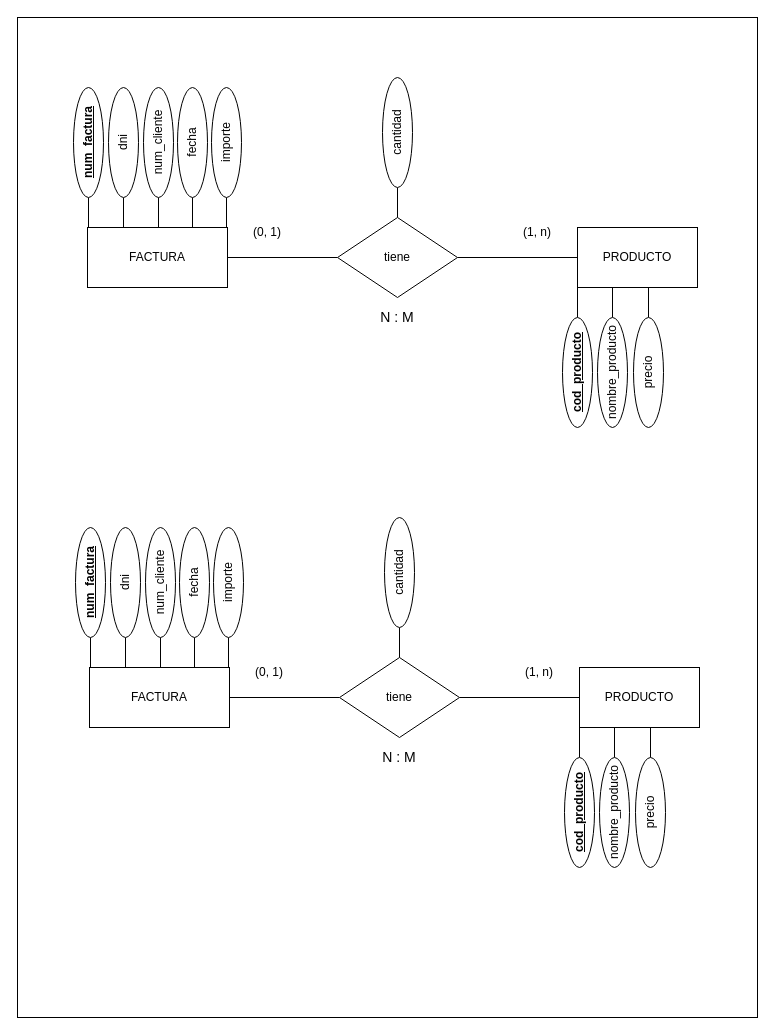
MLT93/UNIR keeps this draw.io diagram as src/BBDD/first_trimester/exercises/ejercicio1/ejercicio1_BBDD_ER.drawio. Above is the earlier version. Source tidied: cells renumbered, new cells numbered last; positions are measured from the earlier drawing's top-left corner, leaving out a move shared by most shapes. Both pictures are drawn from the tidied source at 100%, with x=0, y=0 at pixel (17, 17).
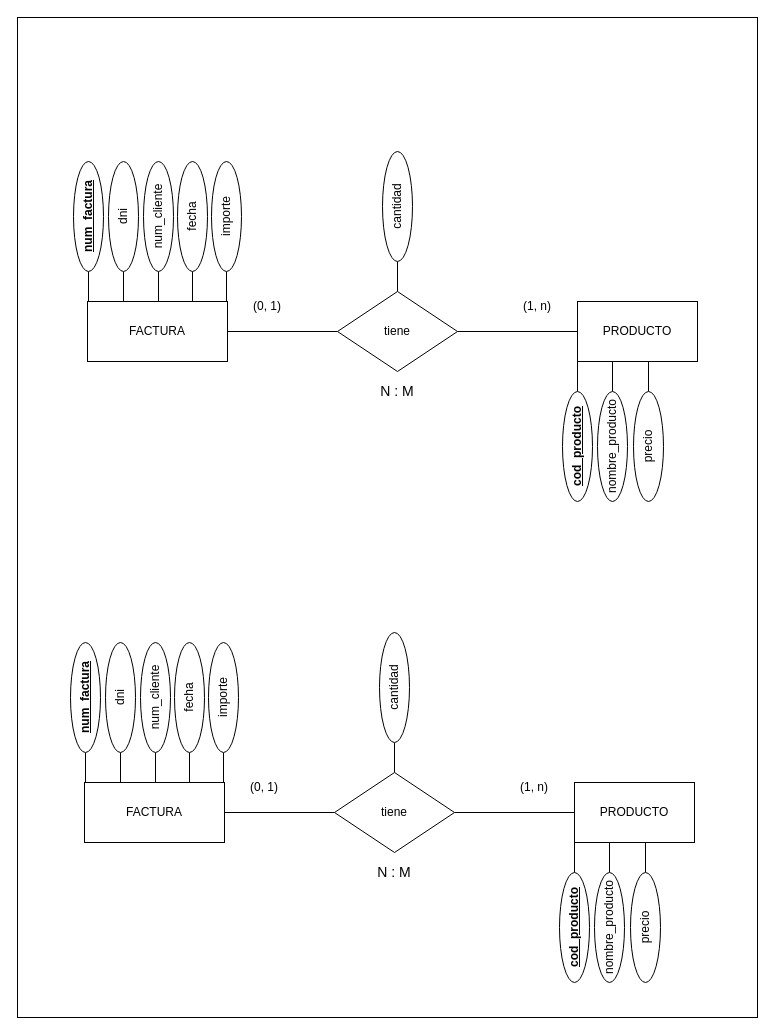
The same page after the edit.

What changed in the source:
```diff
@@
     <mxCell id="4" value="FACTURA" style="rounded=0;whiteSpace=wrap;html=1;" parent="1" vertex="1">
-      <mxGeometry x="70" y="210" width="140" height="60" as="geometry" />
+      <mxGeometry x="70" y="284" width="140" height="60" as="geometry" />
     </mxCell>
     <mxCell id="5" value="PRODUCTO" style="rounded=0;whiteSpace=wrap;html=1;" parent="1" vertex="1">
-      <mxGeometry x="560" y="210" width="120" height="60" as="geometry" />
+      <mxGeometry x="560" y="284" width="120" height="60" as="geometry" />
     </mxCell>
@@
     <mxCell id="7" value="tiene" style="rhombus;whiteSpace=wrap;html=1;rounded=0;" parent="1" vertex="1">
-      <mxGeometry x="320" y="200" width="120" height="80" as="geometry" />
+      <mxGeometry x="320" y="274" width="120" height="80" as="geometry" />
     </mxCell>
     <mxCell id="8" style="endArrow=none;html=1;rounded=0;entryX=0;entryY=0.5;entryDx=0;entryDy=0;" parent="1" edge="1" target="9">
       <mxGeometry relative="1" as="geometry">
-        <mxPoint x="380" y="200" as="sourcePoint" />
+        <mxPoint x="380" y="274" as="sourcePoint" />
       </mxGeometry>
     </mxCell>
     <mxCell id="9" value="cantidad" style="ellipse;whiteSpace=wrap;html=1;rotation=-90;" parent="1" vertex="1">
-      <mxGeometry x="325" y="100" width="110" height="30" as="geometry" />
+      <mxGeometry x="325" y="174" width="110" height="30" as="geometry" />
     </mxCell>
     <mxCell id="10" style="endArrow=none;html=1;rounded=0;entryX=0;entryY=0.5;entryDx=0;entryDy=0;" parent="1" edge="1" target="11">
       <mxGeometry relative="1" as="geometry">
-        <mxPoint x="71" y="210" as="sourcePoint" />
+        <mxPoint x="71" y="284" as="sourcePoint" />
       </mxGeometry>
     </mxCell>
     <mxCell id="11" value="&lt;b&gt;&lt;u&gt;num_factura&lt;/u&gt;&lt;/b&gt;" style="ellipse;whiteSpace=wrap;html=1;rotation=-90;" parent="1" vertex="1">
-      <mxGeometry x="16" y="110" width="110" height="30" as="geometry" />
+      <mxGeometry x="16" y="184" width="110" height="30" as="geometry" />
     </mxCell>
-    <mxCell id="12" style="endArrow=none;html=1;rounded=0;entryX=0;entryY=0.5;entryDx=0;entryDy=0;" parent="1" edge="1" target="13">
+    <mxCell id="12" style="endArrow=none;html=1;rounded=0;entryX=0;entryY=0.5;entryDx=0;entryDy=0;" parent="1" edge="1">
       <mxGeometry relative="1" as="geometry">
-        <mxPoint x="106" y="210" as="sourcePoint" />
+        <mxPoint x="106" y="284" as="sourcePoint" />
+        <mxPoint x="106" y="254" as="targetPoint" />
       </mxGeometry>
     </mxCell>
     <mxCell id="13" value="dni" style="ellipse;whiteSpace=wrap;html=1;rotation=-90;" parent="1" vertex="1">
-      <mxGeometry x="51" y="110" width="110" height="30" as="geometry" />
+      <mxGeometry x="51" y="184" width="110" height="30" as="geometry" />
     </mxCell>
     <mxCell id="14" style="endArrow=none;html=1;rounded=0;entryX=0;entryY=0.5;entryDx=0;entryDy=0;" parent="1" edge="1" target="15">
       <mxGeometry relative="1" as="geometry">
-        <mxPoint x="141" y="210" as="sourcePoint" />
+        <mxPoint x="141" y="284" as="sourcePoint" />
       </mxGeometry>
     </mxCell>
     <mxCell id="15" value="num_cliente" style="ellipse;whiteSpace=wrap;html=1;rotation=-90;" parent="1" vertex="1">
-      <mxGeometry x="86" y="110" width="110" height="30" as="geometry" />
+      <mxGeometry x="86" y="184" width="110" height="30" as="geometry" />
     </mxCell>
     <mxCell id="16" style="endArrow=none;html=1;rounded=0;entryX=0;entryY=0.5;entryDx=0;entryDy=0;" parent="1" edge="1" target="17">
       <mxGeometry relative="1" as="geometry">
-        <mxPoint x="175" y="210" as="sourcePoint" />
+        <mxPoint x="175" y="284" as="sourcePoint" />
       </mxGeometry>
     </mxCell>
     <mxCell id="17" value="fecha" style="ellipse;whiteSpace=wrap;html=1;rotation=-90;" parent="1" vertex="1">
-      <mxGeometry x="120" y="110" width="110" height="30" as="geometry" />
+      <mxGeometry x="120" y="184" width="110" height="30" as="geometry" />
     </mxCell>
     <mxCell id="18" style="endArrow=none;html=1;rounded=0;entryX=0;entryY=0.5;entryDx=0;entryDy=0;" parent="1" edge="1" target="19">
       <mxGeometry relative="1" as="geometry">
-        <mxPoint x="209" y="210" as="sourcePoint" />
+        <mxPoint x="209" y="284" as="sourcePoint" />
       </mxGeometry>
     </mxCell>
     <mxCell id="19" value="importe" style="ellipse;whiteSpace=wrap;html=1;rotation=-90;" parent="1" vertex="1">
-      <mxGeometry x="154" y="110" width="110" height="30" as="geometry" />
+      <mxGeometry x="154" y="184" width="110" height="30" as="geometry" />
     </mxCell>
     <mxCell id="20" style="endArrow=none;html=1;rounded=0;entryX=0;entryY=0.5;entryDx=0;entryDy=0;" parent="1" edge="1">
       <mxGeometry relative="1" as="geometry">
-        <mxPoint x="560" y="300" as="sourcePoint" />
-        <mxPoint x="560" y="270" as="targetPoint" />
+        <mxPoint x="560" y="374" as="sourcePoint" />
+        <mxPoint x="560" y="344" as="targetPoint" />
       </mxGeometry>
     </mxCell>
     <mxCell id="21" value="&lt;b&gt;&lt;u&gt;cod_producto&lt;/u&gt;&lt;/b&gt;" style="ellipse;whiteSpace=wrap;html=1;rotation=-90;" parent="1" vertex="1">
-      <mxGeometry x="505" y="340" width="110" height="30" as="geometry" />
+      <mxGeometry x="505" y="414" width="110" height="30" as="geometry" />
     </mxCell>
     <mxCell id="22" style="endArrow=none;html=1;rounded=0;entryX=0;entryY=0.5;entryDx=0;entryDy=0;" parent="1" edge="1">
       <mxGeometry relative="1" as="geometry">
-        <mxPoint x="595" y="300" as="sourcePoint" />
-        <mxPoint x="595" y="270" as="targetPoint" />
+        <mxPoint x="595" y="374" as="sourcePoint" />
+        <mxPoint x="595" y="344" as="targetPoint" />
       </mxGeometry>
     </mxCell>
     <mxCell id="23" value="nombre_producto" style="ellipse;whiteSpace=wrap;html=1;rotation=-90;" parent="1" vertex="1">
-      <mxGeometry x="540" y="340" width="110" height="30" as="geometry" />
+      <mxGeometry x="540" y="414" width="110" height="30" as="geometry" />
     </mxCell>
     <mxCell id="24" style="endArrow=none;html=1;rounded=0;entryX=0;entryY=0.5;entryDx=0;entryDy=0;" parent="1" edge="1">
       <mxGeometry relative="1" as="geometry">
-        <mxPoint x="631" y="300" as="sourcePoint" />
-        <mxPoint x="631" y="270" as="targetPoint" />
+        <mxPoint x="631" y="374" as="sourcePoint" />
+        <mxPoint x="631" y="344" as="targetPoint" />
       </mxGeometry>
     </mxCell>
     <mxCell id="25" value="precio" style="ellipse;whiteSpace=wrap;html=1;rotation=-90;" parent="1" vertex="1">
-      <mxGeometry x="576" y="340" width="110" height="30" as="geometry" />
+      <mxGeometry x="576" y="414" width="110" height="30" as="geometry" />
     </mxCell>
     <mxCell id="26" value="&lt;font style=&quot;font-size: 14px;&quot;&gt;N : M&lt;/font&gt;" style="text;html=1;align=center;verticalAlign=middle;whiteSpace=wrap;rounded=0;" parent="1" vertex="1">
-      <mxGeometry x="345" y="280" width="70" height="40" as="geometry" />
+      <mxGeometry x="345" y="354" width="70" height="40" as="geometry" />
     </mxCell>
     <mxCell id="27" value="(0, 1)" style="text;html=1;align=center;verticalAlign=middle;whiteSpace=wrap;rounded=0;" parent="1" vertex="1">
-      <mxGeometry x="220" y="200" width="60" height="30" as="geometry" />
+      <mxGeometry x="220" y="274" width="60" height="30" as="geometry" />
     </mxCell>
     <mxCell id="28" value="(1, n)" style="text;html=1;align=center;verticalAlign=middle;whiteSpace=wrap;rounded=0;" parent="1" vertex="1">
-      <mxGeometry x="490" y="200" width="60" height="30" as="geometry" />
+      <mxGeometry x="490" y="274" width="60" height="30" as="geometry" />
     </mxCell>
@@
     <mxCell id="30" value="FACTURA" style="rounded=0;whiteSpace=wrap;html=1;" parent="1" vertex="1">
-      <mxGeometry x="72" y="650" width="140" height="60" as="geometry" />
+      <mxGeometry x="67" y="765" width="140" height="60" as="geometry" />
     </mxCell>
     <mxCell id="31" value="PRODUCTO" style="rounded=0;whiteSpace=wrap;html=1;" parent="1" vertex="1">
-      <mxGeometry x="562" y="650" width="120" height="60" as="geometry" />
+      <mxGeometry x="557" y="765" width="120" height="60" as="geometry" />
     </mxCell>
@@
     <mxCell id="33" value="tiene" style="rhombus;whiteSpace=wrap;html=1;rounded=0;" parent="1" vertex="1">
-      <mxGeometry x="322" y="640" width="120" height="80" as="geometry" />
+      <mxGeometry x="317" y="755" width="120" height="80" as="geometry" />
     </mxCell>
     <mxCell id="34" style="endArrow=none;html=1;rounded=0;entryX=0;entryY=0.5;entryDx=0;entryDy=0;" parent="1" edge="1" target="35">
       <mxGeometry relative="1" as="geometry">
-        <mxPoint x="382" y="640" as="sourcePoint" />
+        <mxPoint x="377" y="755" as="sourcePoint" />
       </mxGeometry>
     </mxCell>
     <mxCell id="35" value="cantidad" style="ellipse;whiteSpace=wrap;html=1;rotation=-90;" parent="1" vertex="1">
-      <mxGeometry x="327" y="540" width="110" height="30" as="geometry" />
+      <mxGeometry x="322" y="655" width="110" height="30" as="geometry" />
     </mxCell>
     <mxCell id="36" style="endArrow=none;html=1;rounded=0;entryX=0;entryY=0.5;entryDx=0;entryDy=0;" parent="1" edge="1" target="37">
       <mxGeometry relative="1" as="geometry">
-        <mxPoint x="73" y="650" as="sourcePoint" />
+        <mxPoint x="68" y="765" as="sourcePoint" />
       </mxGeometry>
     </mxCell>
     <mxCell id="37" value="&lt;b&gt;&lt;u&gt;num_factura&lt;/u&gt;&lt;/b&gt;" style="ellipse;whiteSpace=wrap;html=1;rotation=-90;" parent="1" vertex="1">
-      <mxGeometry x="18" y="550" width="110" height="30" as="geometry" />
+      <mxGeometry x="13" y="665" width="110" height="30" as="geometry" />
     </mxCell>
     <mxCell id="38" style="endArrow=none;html=1;rounded=0;entryX=0;entryY=0.5;entryDx=0;entryDy=0;" parent="1" edge="1" target="39">
       <mxGeometry relative="1" as="geometry">
-        <mxPoint x="108" y="650" as="sourcePoint" />
+        <mxPoint x="103" y="765" as="sourcePoint" />
       </mxGeometry>
     </mxCell>
     <mxCell id="39" value="dni" style="ellipse;whiteSpace=wrap;html=1;rotation=-90;" parent="1" vertex="1">
-      <mxGeometry x="53" y="550" width="110" height="30" as="geometry" />
+      <mxGeometry x="48" y="665" width="110" height="30" as="geometry" />
     </mxCell>
     <mxCell id="40" style="endArrow=none;html=1;rounded=0;entryX=0;entryY=0.5;entryDx=0;entryDy=0;" parent="1" edge="1" target="41">
       <mxGeometry relative="1" as="geometry">
-        <mxPoint x="143" y="650" as="sourcePoint" />
+        <mxPoint x="138" y="765" as="sourcePoint" />
       </mxGeometry>
     </mxCell>
     <mxCell id="41" value="num_cliente" style="ellipse;whiteSpace=wrap;html=1;rotation=-90;" parent="1" vertex="1">
-      <mxGeometry x="88" y="550" width="110" height="30" as="geometry" />
+      <mxGeometry x="83" y="665" width="110" height="30" as="geometry" />
     </mxCell>
     <mxCell id="42" style="endArrow=none;html=1;rounded=0;entryX=0;entryY=0.5;entryDx=0;entryDy=0;" parent="1" edge="1" target="43">
       <mxGeometry relative="1" as="geometry">
-        <mxPoint x="177" y="650" as="sourcePoint" />
+        <mxPoint x="172" y="765" as="sourcePoint" />
       </mxGeometry>
     </mxCell>
     <mxCell id="43" value="fecha" style="ellipse;whiteSpace=wrap;html=1;rotation=-90;" parent="1" vertex="1">
-      <mxGeometry x="122" y="550" width="110" height="30" as="geometry" />
+      <mxGeometry x="117" y="665" width="110" height="30" as="geometry" />
     </mxCell>
     <mxCell id="44" style="endArrow=none;html=1;rounded=0;entryX=0;entryY=0.5;entryDx=0;entryDy=0;" parent="1" edge="1" target="45">
       <mxGeometry relative="1" as="geometry">
-        <mxPoint x="211" y="650" as="sourcePoint" />
+        <mxPoint x="206" y="765" as="sourcePoint" />
       </mxGeometry>
     </mxCell>
     <mxCell id="45" value="importe" style="ellipse;whiteSpace=wrap;html=1;rotation=-90;" parent="1" vertex="1">
-      <mxGeometry x="156" y="550" width="110" height="30" as="geometry" />
+      <mxGeometry x="151" y="665" width="110" height="30" as="geometry" />
     </mxCell>
     <mxCell id="46" style="endArrow=none;html=1;rounded=0;entryX=0;entryY=0.5;entryDx=0;entryDy=0;" parent="1" edge="1">
       <mxGeometry relative="1" as="geometry">
-        <mxPoint x="562" y="740" as="sourcePoint" />
-        <mxPoint x="562" y="710" as="targetPoint" />
+        <mxPoint x="557" y="855" as="sourcePoint" />
+        <mxPoint x="557" y="825" as="targetPoint" />
       </mxGeometry>
     </mxCell>
     <mxCell id="47" value="&lt;b&gt;&lt;u&gt;cod_producto&lt;/u&gt;&lt;/b&gt;" style="ellipse;whiteSpace=wrap;html=1;rotation=-90;" parent="1" vertex="1">
-      <mxGeometry x="507" y="780" width="110" height="30" as="geometry" />
+      <mxGeometry x="502" y="895" width="110" height="30" as="geometry" />
     </mxCell>
     <mxCell id="48" style="endArrow=none;html=1;rounded=0;entryX=0;entryY=0.5;entryDx=0;entryDy=0;" parent="1" edge="1">
       <mxGeometry relative="1" as="geometry">
-        <mxPoint x="597" y="740" as="sourcePoint" />
-        <mxPoint x="597" y="710" as="targetPoint" />
+        <mxPoint x="592" y="855" as="sourcePoint" />
+        <mxPoint x="592" y="825" as="targetPoint" />
       </mxGeometry>
     </mxCell>
     <mxCell id="49" value="nombre_producto" style="ellipse;whiteSpace=wrap;html=1;rotation=-90;" parent="1" vertex="1">
-      <mxGeometry x="542" y="780" width="110" height="30" as="geometry" />
+      <mxGeometry x="537" y="895" width="110" height="30" as="geometry" />
     </mxCell>
     <mxCell id="50" style="endArrow=none;html=1;rounded=0;entryX=0;entryY=0.5;entryDx=0;entryDy=0;" parent="1" edge="1">
       <mxGeometry relative="1" as="geometry">
-        <mxPoint x="633" y="740" as="sourcePoint" />
-        <mxPoint x="633" y="710" as="targetPoint" />
+        <mxPoint x="628" y="855" as="sourcePoint" />
+        <mxPoint x="628" y="825" as="targetPoint" />
       </mxGeometry>
     </mxCell>
     <mxCell id="51" value="precio" style="ellipse;whiteSpace=wrap;html=1;rotation=-90;" parent="1" vertex="1">
-      <mxGeometry x="578" y="780" width="110" height="30" as="geometry" />
+      <mxGeometry x="573" y="895" width="110" height="30" as="geometry" />
     </mxCell>
     <mxCell id="52" value="&lt;font style=&quot;font-size: 14px;&quot;&gt;N : M&lt;/font&gt;" style="text;html=1;align=center;verticalAlign=middle;whiteSpace=wrap;rounded=0;" parent="1" vertex="1">
-      <mxGeometry x="347" y="720" width="70" height="40" as="geometry" />
+      <mxGeometry x="342" y="835" width="70" height="40" as="geometry" />
     </mxCell>
     <mxCell id="53" value="(0, 1)" style="text;html=1;align=center;verticalAlign=middle;whiteSpace=wrap;rounded=0;" parent="1" vertex="1">
-      <mxGeometry x="222" y="640" width="60" height="30" as="geometry" />
+      <mxGeometry x="217" y="755" width="60" height="30" as="geometry" />
     </mxCell>
     <mxCell id="54" value="(1, n)" style="text;html=1;align=center;verticalAlign=middle;whiteSpace=wrap;rounded=0;" parent="1" vertex="1">
-      <mxGeometry x="492" y="640" width="60" height="30" as="geometry" />
+      <mxGeometry x="487" y="755" width="60" height="30" as="geometry" />
     </mxCell>
```
